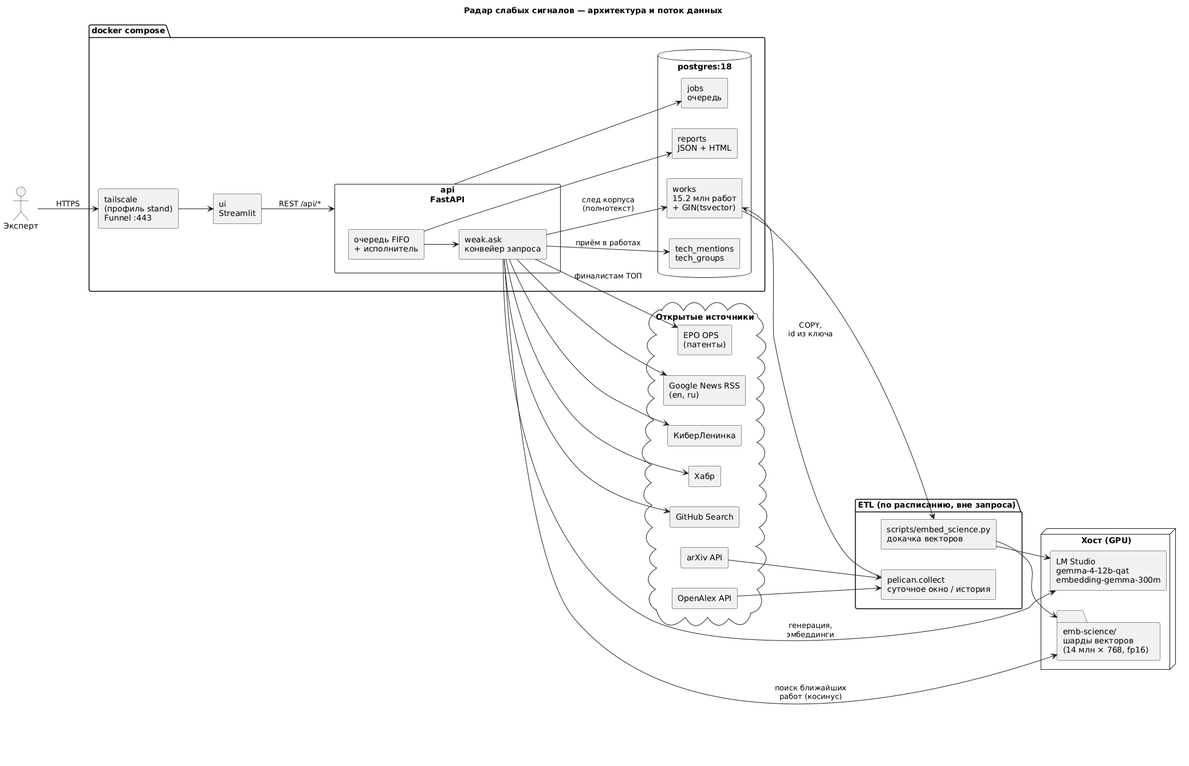
Before: docs/architecture.png, a diagram exported from PlantUML (mathhasyou-cpu/pelican). Its source is kept beside it as docs/architecture.puml.
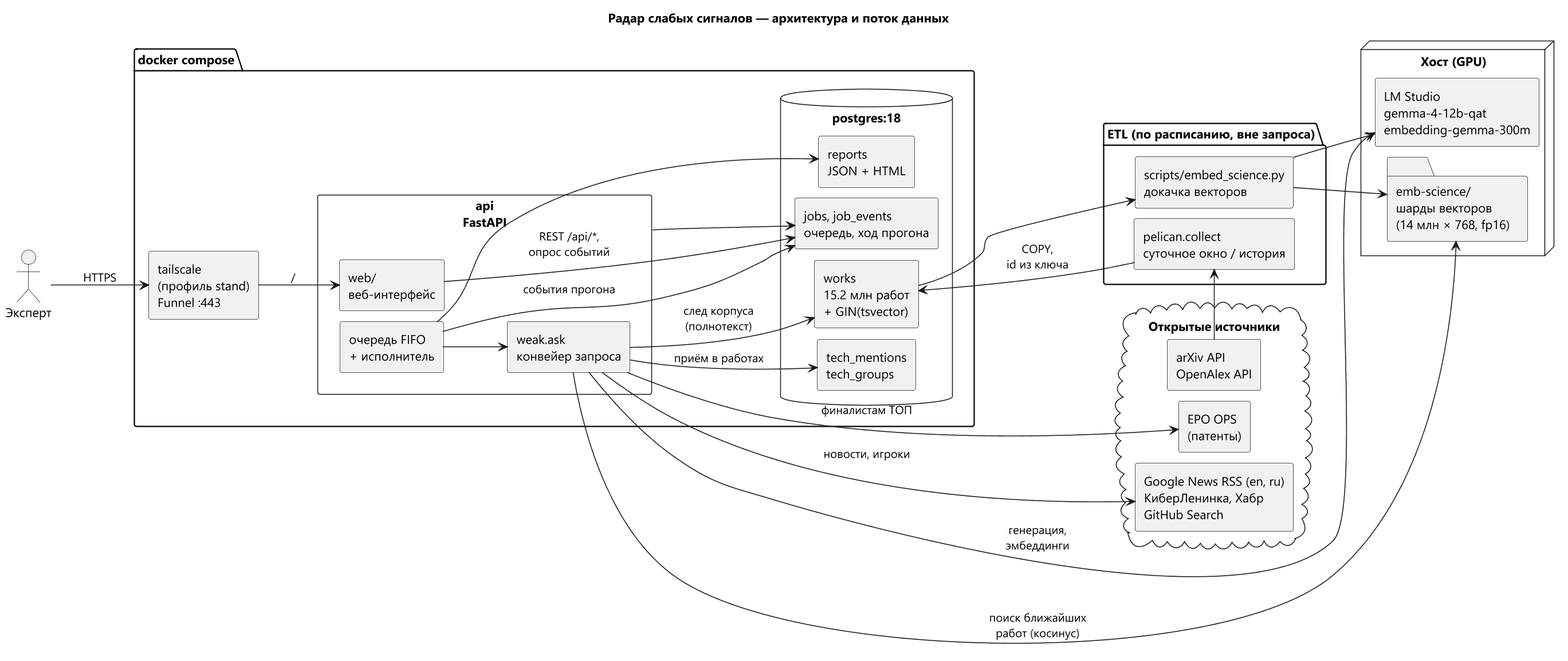
After the commit.

Diff of the diagram source:
```diff
@@ -4,18 +4,10 @@
 skinparam defaultFontName "Segoe UI"
 skinparam componentStyle rectangle
 left to right direction
+skinparam nodesep 12
+skinparam ranksep 70
 
 actor "Эксперт" as user
-
-cloud "Открытые источники" {
-  [arXiv API] as arxiv
-  [OpenAlex API] as openalex
-  [Google News RSS\n(en, ru)] as gnews
-  [КиберЛенинка] as cyber
-  [Хабр] as habr
-  [GitHub Search] as github
-  [EPO OPS\n(патенты)] as epo
-}
 
 node "Хост (GPU)" {
   [LM Studio\ngemma-4-12b-qat\nembedding-gemma-300m] as llm
@@ -23,15 +15,15 @@
 }
 
 package "docker compose" {
-  [ui\nStreamlit] as ui
   component "api\nFastAPI" as api {
+    [web/\nвеб-интерфейс] as web
     [очередь FIFO\n+ исполнитель] as worker
     [weak.ask\nконвейер запроса] as ask
   }
   database "postgres:18" as pg {
     [works\n15.2 млн работ\n+ GIN(tsvector)] as works
     [tech_mentions\ntech_groups] as tech
-    [jobs\nочередь] as jobs
+    [jobs, job_events\nочередь, ход прогона] as jobs
     [reports\nJSON + HTML] as reports
   }
   [tailscale\n(профиль stand)\nFunnel :443] as ts
@@ -42,26 +34,36 @@
   [scripts/embed_science.py\nдокачка векторов] as embedsci
 }
 
+cloud "Открытые источники" {
+  [arXiv API\nOpenAlex API] as sci
+  [Google News RSS (en, ru)\nКиберЛенинка, Хабр\nGitHub Search] as live
+  [EPO OPS\n(патенты)] as epo
+}
+
 user --> ts : HTTPS
-ts --> ui
-ui --> api : REST /api/*
+ts --> web : /
+web --> jobs : REST /api/*,\nопрос событий
 api --> jobs
+worker --> jobs : события прогона
 worker --> ask
 ask --> works : след корпуса\n(полнотекст)
 ask --> tech : приём в работах
 ask --> shards : поиск ближайших\nработ (косинус)
 ask --> llm : генерация,\nэмбеддинги
-ask --> gnews
-ask --> cyber
-ask --> habr
-ask --> github
+ask --> live : новости, игроки
 ask --> epo : финалистам ТОП
 worker --> reports
 
-arxiv --> collect
-openalex --> collect
+sci --> collect
 collect --> works : COPY,\nid из ключа
 works --> embedsci
 embedsci --> llm
 embedsci --> shards
+jobs -[hidden]-> collect
+jobs -[hidden]-> embedsci
+jobs -[hidden]-> llm
+reports -[hidden]-> shards
+tech -[hidden]-> live
+tech -[hidden]-> epo
+tech -[hidden]-> sci
 @enduml
```
